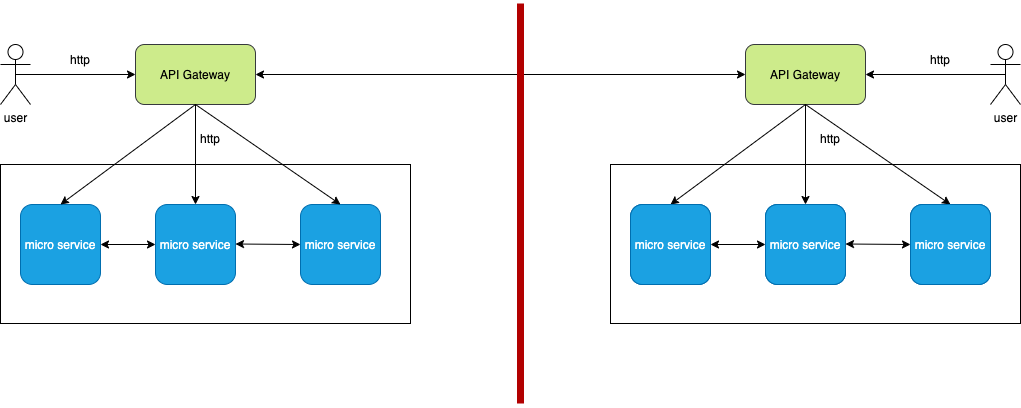
Above: Untitled Diagram.drawio.png in tyb917/Lshop (draw.io), before the change. Source tidied: cells renumbered, new cells last; positions are measured from the earlier drawing's top-left corner, leaving out a move shared by most shapes. The source it was exported from:
```xml
<mxGraphModel>
  <root>
    <mxCell id="0" style="html=1;" />
    <mxCell id="1" style="html=1;" parent="0" />
    <mxCell id="2" style="rounded=0;whiteSpace=wrap;html=1;" parent="1" vertex="1">
      <mxGeometry y="161" width="410" height="159" as="geometry" />
    </mxCell>
    <mxCell id="3" value="API Gateway" style="rounded=1;whiteSpace=wrap;html=1;fillColor=#cdeb8b;strokeColor=#36393d;" parent="1" vertex="1">
      <mxGeometry x="135" y="41" width="120" height="60" as="geometry" />
    </mxCell>
    <mxCell id="4" value="micro service" style="whiteSpace=wrap;html=1;fillColor=#1ba1e2;fontColor=#ffffff;strokeColor=#006EAF;rounded=1;" parent="1" vertex="1">
      <mxGeometry x="20" y="201" width="80" height="80" as="geometry" />
    </mxCell>
    <mxCell id="5" value="micro service" style="whiteSpace=wrap;html=1;fillColor=#1ba1e2;fontColor=#ffffff;strokeColor=#006EAF;rounded=1;" parent="1" vertex="1">
      <mxGeometry x="155" y="201" width="80" height="80" as="geometry" />
    </mxCell>
    <mxCell id="6" value="micro service" style="whiteSpace=wrap;html=1;fillColor=#1ba1e2;fontColor=#ffffff;strokeColor=#006EAF;rounded=1;" parent="1" vertex="1">
      <mxGeometry x="300" y="201" width="80" height="80" as="geometry" />
    </mxCell>
    <mxCell id="7" style="endArrow=classic;html=1;rounded=0;exitX=0.5;exitY=1;exitDx=0;exitDy=0;entryX=0.5;entryY=0;entryDx=0;entryDy=0;" parent="1" edge="1" source="3" target="4">
      <mxGeometry relative="1" as="geometry" />
    </mxCell>
    <mxCell id="8" style="endArrow=classic;html=1;rounded=0;exitX=0.5;exitY=1;exitDx=0;exitDy=0;" parent="1" edge="1" source="3" target="5">
      <mxGeometry relative="1" as="geometry" />
    </mxCell>
    <mxCell id="9" style="endArrow=classic;html=1;rounded=0;exitX=0.5;exitY=1;exitDx=0;exitDy=0;entryX=0.5;entryY=0;entryDx=0;entryDy=0;" parent="1" edge="1" source="3" target="6">
      <mxGeometry relative="1" as="geometry" />
    </mxCell>
    <mxCell id="10" value="user" style="shape=umlActor;verticalLabelPosition=bottom;verticalAlign=top;html=1;outlineConnect=0;" parent="1" vertex="1">
      <mxGeometry y="41" width="30" height="60" as="geometry" />
    </mxCell>
    <mxCell id="11" style="endArrow=classic;html=1;rounded=0;exitX=0.5;exitY=0.5;exitDx=0;exitDy=0;exitPerimeter=0;entryX=0;entryY=0.5;entryDx=0;entryDy=0;" parent="1" edge="1" source="10" target="3">
      <mxGeometry relative="1" as="geometry" />
    </mxCell>
    <mxCell id="12" style="rounded=0;whiteSpace=wrap;html=1;" parent="1" vertex="1">
      <mxGeometry x="610" y="161" width="410" height="159" as="geometry" />
    </mxCell>
    <mxCell id="13" value="API Gateway" style="rounded=1;whiteSpace=wrap;html=1;fillColor=#cdeb8b;strokeColor=#36393d;" parent="1" vertex="1">
      <mxGeometry x="745" y="41" width="120" height="60" as="geometry" />
    </mxCell>
    <mxCell id="14" value="micro service" style="whiteSpace=wrap;html=1;fillColor=#1ba1e2;fontColor=#ffffff;strokeColor=#006EAF;rounded=1;" parent="1" vertex="1">
      <mxGeometry x="630" y="201" width="80" height="80" as="geometry" />
    </mxCell>
    <mxCell id="15" value="micro service" style="whiteSpace=wrap;html=1;fillColor=#1ba1e2;fontColor=#ffffff;strokeColor=#006EAF;rounded=1;" parent="1" vertex="1">
      <mxGeometry x="765" y="201" width="80" height="80" as="geometry" />
    </mxCell>
    <mxCell id="16" value="micro service" style="whiteSpace=wrap;html=1;fillColor=#1ba1e2;fontColor=#ffffff;strokeColor=#006EAF;rounded=1;" parent="1" vertex="1">
      <mxGeometry x="910" y="201" width="80" height="80" as="geometry" />
    </mxCell>
    <mxCell id="17" style="endArrow=classic;html=1;rounded=0;exitX=0.5;exitY=1;exitDx=0;exitDy=0;entryX=0.5;entryY=0;entryDx=0;entryDy=0;" parent="1" edge="1" source="13" target="14">
      <mxGeometry relative="1" as="geometry" />
    </mxCell>
    <mxCell id="18" style="endArrow=classic;html=1;rounded=0;exitX=0.5;exitY=1;exitDx=0;exitDy=0;" parent="1" edge="1" source="13" target="15">
      <mxGeometry relative="1" as="geometry" />
    </mxCell>
    <mxCell id="19" style="endArrow=classic;html=1;rounded=0;exitX=0.5;exitY=1;exitDx=0;exitDy=0;entryX=0.5;entryY=0;entryDx=0;entryDy=0;" parent="1" edge="1" source="13" target="16">
      <mxGeometry relative="1" as="geometry" />
    </mxCell>
    <mxCell id="20" value="user" style="shape=umlActor;verticalLabelPosition=bottom;verticalAlign=top;html=1;outlineConnect=0;" parent="1" vertex="1">
      <mxGeometry x="990" y="41" width="30" height="60" as="geometry" />
    </mxCell>
    <mxCell id="21" style="endArrow=classic;html=1;rounded=0;exitX=0.5;exitY=0.5;exitDx=0;exitDy=0;exitPerimeter=0;entryX=1;entryY=0.5;entryDx=0;entryDy=0;" parent="1" edge="1" source="20" target="13">
      <mxGeometry relative="1" as="geometry" />
    </mxCell>
    <mxCell id="22" style="endArrow=classic;startArrow=classic;html=1;rounded=0;exitX=1;exitY=0.5;exitDx=0;exitDy=0;entryX=0;entryY=0.5;entryDx=0;entryDy=0;" parent="1" edge="1" source="3" target="13">
      <mxGeometry relative="1" as="geometry" />
    </mxCell>
    <mxCell id="23" style="endArrow=none;html=1;rounded=0;strokeWidth=7;fillColor=#e51400;strokeColor=#B20000;" parent="1" edge="1">
      <mxGeometry relative="1" as="geometry">
        <mxPoint x="520" y="400" as="sourcePoint" />
        <mxPoint x="520" as="targetPoint" />
      </mxGeometry>
    </mxCell>
    <mxCell id="24" style="endArrow=classic;startArrow=classic;html=1;rounded=0;strokeWidth=1;entryX=0;entryY=0.5;entryDx=0;entryDy=0;exitX=1;exitY=0.5;exitDx=0;exitDy=0;" parent="1" edge="1" source="4" target="5">
      <mxGeometry relative="1" as="geometry" />
    </mxCell>
    <mxCell id="25" style="endArrow=classic;startArrow=classic;html=1;rounded=0;strokeWidth=1;entryX=0;entryY=0.5;entryDx=0;entryDy=0;exitX=1;exitY=0.5;exitDx=0;exitDy=0;" parent="1" edge="1" target="6">
      <mxGeometry relative="1" as="geometry">
        <mxPoint x="235" y="240.5" as="sourcePoint" />
      </mxGeometry>
    </mxCell>
    <mxCell id="26" value="micro service" style="whiteSpace=wrap;html=1;fillColor=#1ba1e2;fontColor=#ffffff;strokeColor=#006EAF;rounded=1;" parent="1" vertex="1">
      <mxGeometry x="630" y="201" width="80" height="80" as="geometry" />
    </mxCell>
    <mxCell id="27" value="micro service" style="whiteSpace=wrap;html=1;fillColor=#1ba1e2;fontColor=#ffffff;strokeColor=#006EAF;rounded=1;" parent="1" vertex="1">
      <mxGeometry x="765" y="201" width="80" height="80" as="geometry" />
    </mxCell>
    <mxCell id="28" value="micro service" style="whiteSpace=wrap;html=1;fillColor=#1ba1e2;fontColor=#ffffff;strokeColor=#006EAF;rounded=1;" parent="1" vertex="1">
      <mxGeometry x="910" y="201" width="80" height="80" as="geometry" />
    </mxCell>
    <mxCell id="29" style="endArrow=classic;startArrow=classic;html=1;rounded=0;strokeWidth=1;entryX=0;entryY=0.5;entryDx=0;entryDy=0;exitX=1;exitY=0.5;exitDx=0;exitDy=0;" parent="1" edge="1" source="26" target="27">
      <mxGeometry relative="1" as="geometry" />
    </mxCell>
    <mxCell id="30" style="endArrow=classic;startArrow=classic;html=1;rounded=0;strokeWidth=1;entryX=0;entryY=0.5;entryDx=0;entryDy=0;exitX=1;exitY=0.5;exitDx=0;exitDy=0;" parent="1" edge="1" target="28">
      <mxGeometry relative="1" as="geometry">
        <mxPoint x="845" y="240.5" as="sourcePoint" />
      </mxGeometry>
    </mxCell>
    <mxCell id="31" value="http" style="text;html=1;strokeColor=none;fillColor=none;align=center;verticalAlign=middle;whiteSpace=wrap;rounded=0;" parent="1" vertex="1">
      <mxGeometry x="50" y="41" width="60" height="30" as="geometry" />
    </mxCell>
    <mxCell id="32" value="http" style="text;html=1;strokeColor=none;fillColor=none;align=center;verticalAlign=middle;whiteSpace=wrap;rounded=0;" parent="1" vertex="1">
      <mxGeometry x="180" y="120" width="60" height="30" as="geometry" />
    </mxCell>
    <mxCell id="33" value="http" style="text;html=1;strokeColor=none;fillColor=none;align=center;verticalAlign=middle;whiteSpace=wrap;rounded=0;" parent="1" vertex="1">
      <mxGeometry x="910" y="41" width="60" height="30" as="geometry" />
    </mxCell>
    <mxCell id="34" value="http" style="text;html=1;strokeColor=none;fillColor=none;align=center;verticalAlign=middle;whiteSpace=wrap;rounded=0;" parent="1" vertex="1">
      <mxGeometry x="800" y="120" width="60" height="30" as="geometry" />
    </mxCell>
  </root>
</mxGraphModel>
```
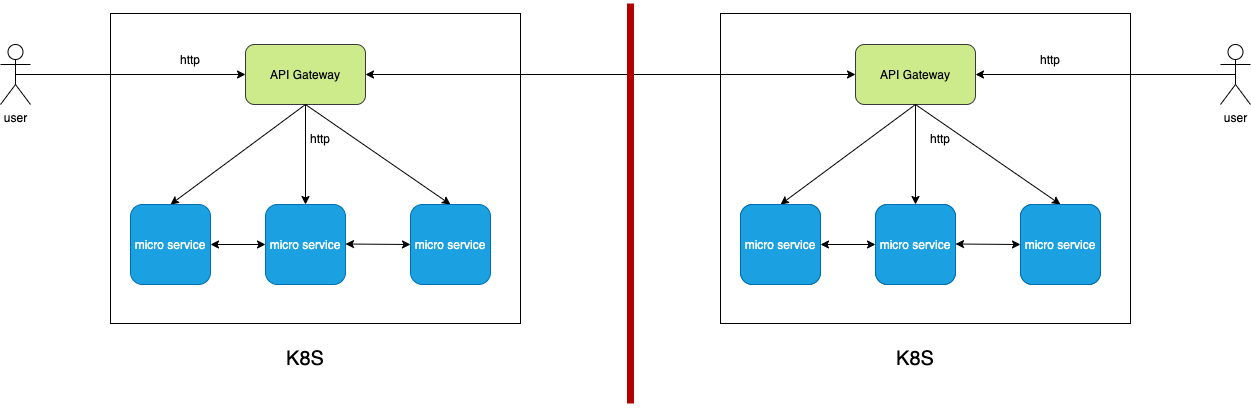
The same file after the commit.

Change to the diagram source:
```diff
@@ -3,7 +3,7 @@
     <mxCell id="0" style="html=1;" />
     <mxCell id="1" style="html=1;" parent="0" />
     <mxCell id="2" style="rounded=0;whiteSpace=wrap;html=1;" parent="1" vertex="1">
-      <mxGeometry y="161" width="410" height="159" as="geometry" />
+      <mxGeometry y="10" width="410" height="310" as="geometry" />
     </mxCell>
     <mxCell id="3" value="API Gateway" style="rounded=1;whiteSpace=wrap;html=1;fillColor=#cdeb8b;strokeColor=#36393d;" parent="1" vertex="1">
       <mxGeometry x="135" y="41" width="120" height="60" as="geometry" />
@@ -27,13 +27,13 @@
       <mxGeometry relative="1" as="geometry" />
     </mxCell>
     <mxCell id="10" value="user" style="shape=umlActor;verticalLabelPosition=bottom;verticalAlign=top;html=1;outlineConnect=0;" parent="1" vertex="1">
-      <mxGeometry y="41" width="30" height="60" as="geometry" />
+      <mxGeometry x="-110" y="41" width="30" height="60" as="geometry" />
     </mxCell>
     <mxCell id="11" style="endArrow=classic;html=1;rounded=0;exitX=0.5;exitY=0.5;exitDx=0;exitDy=0;exitPerimeter=0;entryX=0;entryY=0.5;entryDx=0;entryDy=0;" parent="1" edge="1" source="10" target="3">
       <mxGeometry relative="1" as="geometry" />
     </mxCell>
     <mxCell id="12" style="rounded=0;whiteSpace=wrap;html=1;" parent="1" vertex="1">
-      <mxGeometry x="610" y="161" width="410" height="159" as="geometry" />
+      <mxGeometry x="610" y="10" width="410" height="310" as="geometry" />
     </mxCell>
     <mxCell id="13" value="API Gateway" style="rounded=1;whiteSpace=wrap;html=1;fillColor=#cdeb8b;strokeColor=#36393d;" parent="1" vertex="1">
       <mxGeometry x="745" y="41" width="120" height="60" as="geometry" />
@@ -57,7 +57,7 @@
       <mxGeometry relative="1" as="geometry" />
     </mxCell>
     <mxCell id="20" value="user" style="shape=umlActor;verticalLabelPosition=bottom;verticalAlign=top;html=1;outlineConnect=0;" parent="1" vertex="1">
-      <mxGeometry x="990" y="41" width="30" height="60" as="geometry" />
+      <mxGeometry x="1110" y="41" width="30" height="60" as="geometry" />
     </mxCell>
     <mxCell id="21" style="endArrow=classic;html=1;rounded=0;exitX=0.5;exitY=0.5;exitDx=0;exitDy=0;exitPerimeter=0;entryX=1;entryY=0.5;entryDx=0;entryDy=0;" parent="1" edge="1" source="20" target="13">
       <mxGeometry relative="1" as="geometry" />
@@ -108,5 +108,11 @@
     <mxCell id="34" value="http" style="text;html=1;strokeColor=none;fillColor=none;align=center;verticalAlign=middle;whiteSpace=wrap;rounded=0;" parent="1" vertex="1">
       <mxGeometry x="800" y="120" width="60" height="30" as="geometry" />
     </mxCell>
+    <mxCell id="35" value="&lt;font style=&quot;font-size: 20px&quot;&gt;K8S&lt;/font&gt;" style="text;html=1;strokeColor=none;fillColor=none;align=center;verticalAlign=middle;whiteSpace=wrap;rounded=0;" parent="1" vertex="1">
+      <mxGeometry x="165" y="340" width="60" height="30" as="geometry" />
+    </mxCell>
+    <mxCell id="36" value="&lt;font style=&quot;font-size: 20px&quot;&gt;K8S&lt;/font&gt;" style="text;html=1;strokeColor=none;fillColor=none;align=center;verticalAlign=middle;whiteSpace=wrap;rounded=0;" parent="1" vertex="1">
+      <mxGeometry x="775" y="340" width="60" height="30" as="geometry" />
+    </mxCell>
   </root>
 </mxGraphModel>
```
